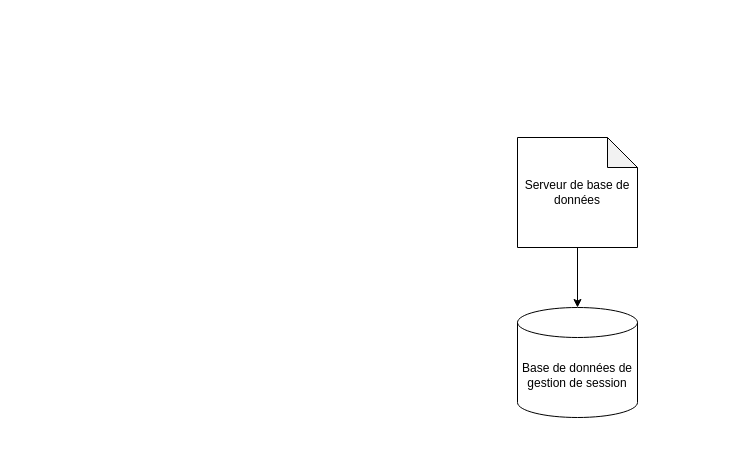
This is InfrasturctureDiagram.drawio from cjour/audit_logistics, a draw.io file, before an edit. Source tidied: cells renumbered, new cells numbered last; positions are measured from the earlier drawing's top-left corner, leaving out a move shared by most shapes. Both pictures are drawn from the tidied source at 100%, with x=0, y=0 at pixel (517, 137).
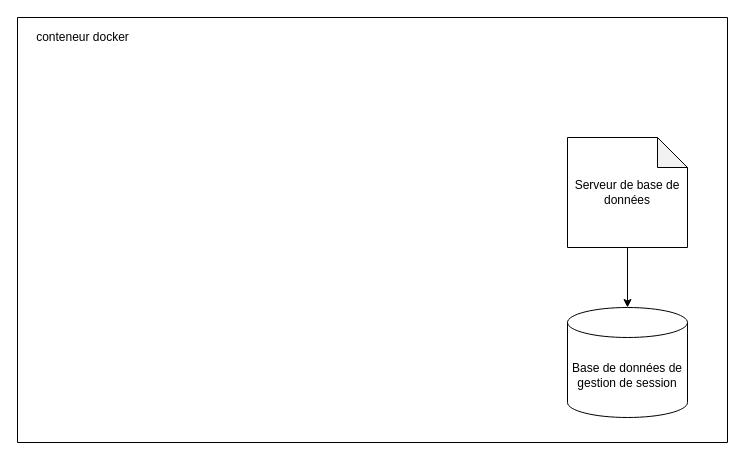
The same page after the edit.

What changed in the source:
```diff
@@
 <mxGraphModel>
   <root>
     <mxCell id="0" />
     <mxCell id="1" parent="0" />
+    <mxCell id="5" style="swimlane;startSize=0;" parent="1" vertex="1">
+      <mxGeometry x="-500" y="-120" width="710" height="425" as="geometry" />
+    </mxCell>
+    <mxCell id="6" value="conteneur docker" style="text;html=1;align=center;verticalAlign=middle;strokeColor=none;fillColor=none;" parent="5" vertex="1">
+      <mxGeometry x="10" y="10" width="110" height="20" as="geometry" />
+    </mxCell>
-    <mxCell id="2" value="Base de données de gestion de session" style="shape=cylinder3;whiteSpace=wrap;html=1;boundedLbl=1;backgroundOutline=1;size=15;" parent="1" vertex="1">
-      <mxGeometry y="170" width="120" height="110" as="geometry" />
+    <mxCell id="2" value="Base de données de gestion de session" style="shape=cylinder3;whiteSpace=wrap;html=1;boundedLbl=1;backgroundOutline=1;size=15;" parent="5" vertex="1">
+      <mxGeometry x="550" y="290" width="120" height="110" as="geometry" />
     </mxCell>
-    <mxCell id="3" value="Serveur de base de données" style="shape=note;whiteSpace=wrap;html=1;backgroundOutline=1;darkOpacity=0.05;" parent="1" vertex="1">
-      <mxGeometry width="120" height="110" as="geometry" />
+    <mxCell id="3" value="Serveur de base de données" style="shape=note;whiteSpace=wrap;html=1;backgroundOutline=1;darkOpacity=0.05;" parent="5" vertex="1">
+      <mxGeometry x="550" y="120" width="120" height="110" as="geometry" />
     </mxCell>
-    <mxCell id="4" style="endArrow=classic;html=1;rounded=0;entryX=0.5;entryY=0;entryDx=0;entryDy=0;entryPerimeter=0;exitX=0.5;exitY=1;exitDx=0;exitDy=0;exitPerimeter=0;" parent="1" edge="1" source="3" target="2">
+    <mxCell id="4" style="endArrow=classic;html=1;rounded=0;entryX=0.5;entryY=0;entryDx=0;entryDy=0;entryPerimeter=0;exitX=0.5;exitY=1;exitDx=0;exitDy=0;exitPerimeter=0;" parent="5" edge="1" source="3" target="2">
       <mxGeometry relative="1" as="geometry" />
     </mxCell>
   </root>
 </mxGraphModel>
```
